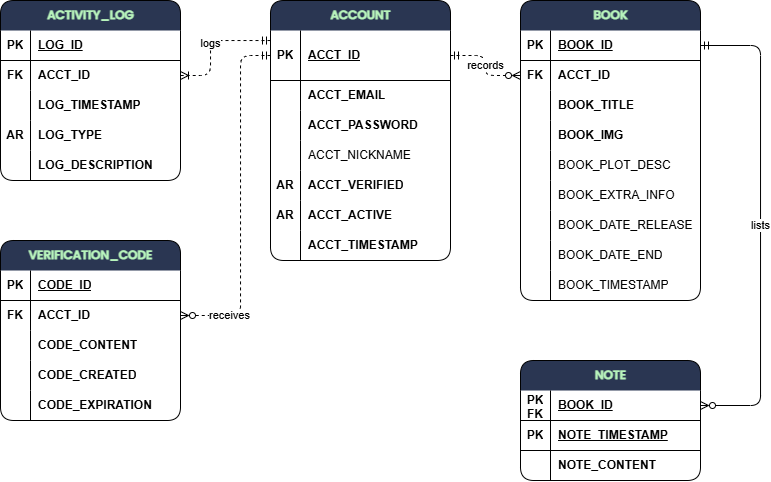
The draw.io diagram documents/ERD/NoteStrip ERD.png in teruteruOuO/NoteStrip, before a commit. Source tidied: cells renumbered, new cells last; positions are measured from the earlier drawing's top-left corner, leaving out a move shared by most shapes.
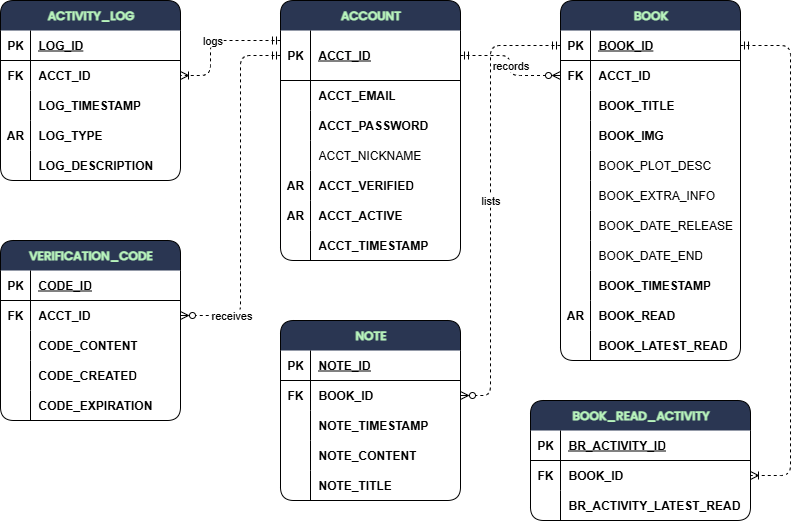
The same diagram one commit later.

What changed in the source:
```diff
@@ -3,7 +3,7 @@
     <mxCell id="0" />
     <mxCell id="1" parent="0" />
     <mxCell id="2" value="ACCOUNT" style="shape=table;startSize=30;rowLines=0;fontStyle=1;align=center;html=1;fillColor=#2A3652;fontColor=#B8F4BC;labelBackgroundColor=none;labelBorderColor=none;swimlaneFillColor=none;rounded=1;shadow=0;fillStyle=solid;swimlaneLine=0;fontFamily=Poppins;fontSource=https%3A%2F%2Ffonts.googleapis.com%2Fcss%3Ffamily%3DPoppins;" parent="1" vertex="1">
-      <mxGeometry x="270" width="180" height="260" as="geometry" />
+      <mxGeometry x="280" width="180" height="260" as="geometry" />
     </mxCell>
     <mxCell id="3" style="shape=tableRow;horizontal=0;startSize=0;swimlaneHead=0;swimlaneBody=0;fillColor=none;points=[[0,0.5],[1,0.5]];portConstraint=eastwest;top=0;left=0;right=0;bottom=1;swimlaneFillColor=none;" parent="2" vertex="1">
       <mxGeometry y="30" width="180" height="50" as="geometry" />
@@ -165,7 +165,7 @@
       <mxGeometry x="30" width="150" height="30" as="geometry" />
     </mxCell>
     <mxCell id="56" value="BOOK" style="shape=table;startSize=30;rowLines=0;fontStyle=1;align=center;html=1;fillColor=#2A3652;fontColor=#B8F4BC;labelBackgroundColor=none;labelBorderColor=none;swimlaneFillColor=none;rounded=1;shadow=0;fillStyle=solid;swimlaneLine=0;fontFamily=Poppins;fontSource=https%3A%2F%2Ffonts.googleapis.com%2Fcss%3Ffamily%3DPoppins;" parent="1" vertex="1">
-      <mxGeometry x="520" width="180" height="300" as="geometry" />
+      <mxGeometry x="560" width="180" height="360" as="geometry" />
     </mxCell>
     <mxCell id="57" style="shape=tableRow;horizontal=0;startSize=0;swimlaneHead=0;swimlaneBody=0;fillColor=none;points=[[0,0.5],[1,0.5]];portConstraint=eastwest;top=0;left=0;right=0;bottom=1;swimlaneFillColor=none;" parent="56" vertex="1">
       <mxGeometry y="30" width="180" height="30" as="geometry" />
@@ -245,9 +245,27 @@
     <mxCell id="82" style="shape=partialRectangle;fillColor=none;top=0;left=0;bottom=0;right=0;overflow=hidden;whiteSpace=wrap;html=1;swimlaneFillColor=none;" parent="81" vertex="1">
       <mxGeometry width="30" height="30" as="geometry" />
     </mxCell>
-    <mxCell id="83" value="&lt;span&gt;BOOK_TIMESTAMP&lt;/span&gt;" style="shape=partialRectangle;fillColor=none;top=0;left=0;bottom=0;right=0;align=left;spacingLeft=6;overflow=hidden;whiteSpace=wrap;html=1;swimlaneFillColor=none;fontStyle=0;" parent="81" vertex="1">
+    <mxCell id="83" value="&lt;span&gt;&lt;b&gt;BOOK_TIMESTAMP&lt;/b&gt;&lt;/span&gt;" style="shape=partialRectangle;fillColor=none;top=0;left=0;bottom=0;right=0;align=left;spacingLeft=6;overflow=hidden;whiteSpace=wrap;html=1;swimlaneFillColor=none;fontStyle=0;" parent="81" vertex="1">
       <mxGeometry x="30" width="150" height="30" as="geometry" />
     </mxCell>
+    <mxCell id="98" style="shape=tableRow;horizontal=0;startSize=0;swimlaneHead=0;swimlaneBody=0;fillColor=none;top=0;left=0;right=0;bottom=0;swimlaneFillColor=none;" parent="56" vertex="1">
+      <mxGeometry y="300" width="180" height="30" as="geometry" />
+    </mxCell>
+    <mxCell id="99" value="&lt;b&gt;AR&lt;/b&gt;" style="shape=partialRectangle;fillColor=none;top=0;left=0;bottom=0;right=0;overflow=hidden;whiteSpace=wrap;html=1;swimlaneFillColor=none;" parent="98" vertex="1">
+      <mxGeometry width="30" height="30" as="geometry" />
+    </mxCell>
+    <mxCell id="100" value="&lt;b&gt;BOOK_READ&lt;/b&gt;" style="shape=partialRectangle;fillColor=none;top=0;left=0;bottom=0;right=0;align=left;spacingLeft=6;overflow=hidden;whiteSpace=wrap;html=1;swimlaneFillColor=none;fontStyle=0;" parent="98" vertex="1">
+      <mxGeometry x="30" width="150" height="30" as="geometry" />
+    </mxCell>
+    <mxCell id="101" style="shape=tableRow;horizontal=0;startSize=0;swimlaneHead=0;swimlaneBody=0;fillColor=none;top=0;left=0;right=0;bottom=0;swimlaneFillColor=none;" parent="56" vertex="1">
+      <mxGeometry y="330" width="180" height="30" as="geometry" />
+    </mxCell>
+    <mxCell id="102" style="shape=partialRectangle;fillColor=none;top=0;left=0;bottom=0;right=0;overflow=hidden;whiteSpace=wrap;html=1;swimlaneFillColor=none;" parent="101" vertex="1">
+      <mxGeometry width="30" height="30" as="geometry" />
+    </mxCell>
+    <mxCell id="103" value="BOOK_LATEST_READ" style="shape=partialRectangle;fillColor=none;top=0;left=0;bottom=0;right=0;align=left;spacingLeft=6;overflow=hidden;whiteSpace=wrap;html=1;swimlaneFillColor=none;fontStyle=1;" parent="101" vertex="1">
+      <mxGeometry x="30" width="150" height="30" as="geometry" />
+    </mxCell>
     <mxCell id="84" value="logs" style="edgeStyle=orthogonalEdgeStyle;rounded=1;jettySize=auto;html=1;entryX=1;entryY=0.5;entryDx=0;entryDy=0;curved=0;endArrow=ERoneToMany;endFill=0;dashed=1;startArrow=ERmandOne;startFill=0;" parent="1" edge="1" source="3" target="44">
       <mxGeometry relative="1" as="geometry">
         <Array as="points">
@@ -268,42 +286,98 @@
       <mxGeometry relative="1" as="geometry" />
     </mxCell>
     <mxCell id="87" value="NOTE" style="shape=table;startSize=30;rowLines=0;fontStyle=1;align=center;html=1;fillColor=#2A3652;fontColor=#B8F4BC;labelBackgroundColor=none;labelBorderColor=none;swimlaneFillColor=none;rounded=1;shadow=0;fillStyle=solid;swimlaneLine=0;fontFamily=Poppins;fontSource=https%3A%2F%2Ffonts.googleapis.com%2Fcss%3Ffamily%3DPoppins;" parent="1" vertex="1">
-      <mxGeometry x="520" y="360" width="180" height="120" as="geometry" />
+      <mxGeometry x="280" y="320" width="180" height="180" as="geometry" />
     </mxCell>
     <mxCell id="88" style="shape=tableRow;horizontal=0;startSize=0;swimlaneHead=0;swimlaneBody=0;fillColor=none;points=[[0,0.5],[1,0.5]];portConstraint=eastwest;top=0;left=0;right=0;bottom=1;swimlaneFillColor=none;" parent="87" vertex="1">
       <mxGeometry y="30" width="180" height="30" as="geometry" />
     </mxCell>
-    <mxCell id="89" value="PK&lt;div&gt;FK&lt;/div&gt;" style="shape=partialRectangle;fillColor=none;top=0;left=0;bottom=0;right=0;fontStyle=1;overflow=hidden;whiteSpace=wrap;html=1;swimlaneFillColor=none;" parent="88" vertex="1">
+    <mxCell id="89" value="PK" style="shape=partialRectangle;fillColor=none;top=0;left=0;bottom=0;right=0;fontStyle=1;overflow=hidden;whiteSpace=wrap;html=1;swimlaneFillColor=none;" parent="88" vertex="1">
       <mxGeometry width="30" height="30" as="geometry" />
     </mxCell>
-    <mxCell id="90" value="BOOK_ID" style="shape=partialRectangle;fillColor=none;top=0;left=0;bottom=0;right=0;align=left;spacingLeft=6;fontStyle=5;overflow=hidden;whiteSpace=wrap;html=1;swimlaneFillColor=none;" parent="88" vertex="1">
+    <mxCell id="90" value="NOTE_ID" style="shape=partialRectangle;fillColor=none;top=0;left=0;bottom=0;right=0;align=left;spacingLeft=6;fontStyle=5;overflow=hidden;whiteSpace=wrap;html=1;swimlaneFillColor=none;" parent="88" vertex="1">
       <mxGeometry x="30" width="150" height="30" as="geometry" />
     </mxCell>
-    <mxCell id="91" style="shape=tableRow;horizontal=0;startSize=0;swimlaneHead=0;swimlaneBody=0;fillColor=none;top=0;left=0;right=0;bottom=1;swimlaneFillColor=none;" parent="87" vertex="1">
-      <mxGeometry y="60" width="180" height="30" as="geometry" />
-    </mxCell>
-    <mxCell id="92" value="PK" style="shape=partialRectangle;fillColor=none;top=0;left=0;bottom=0;right=0;fontStyle=1;overflow=hidden;whiteSpace=wrap;html=1;swimlaneFillColor=none;" parent="91" vertex="1">
-      <mxGeometry width="30" height="30" as="geometry" />
-    </mxCell>
-    <mxCell id="93" value="NOTE_TIMESTAMP" style="shape=partialRectangle;fillColor=none;top=0;left=0;bottom=0;right=0;align=left;spacingLeft=6;fontStyle=5;overflow=hidden;whiteSpace=wrap;html=1;swimlaneFillColor=none;" parent="91" vertex="1">
-      <mxGeometry x="30" width="150" height="30" as="geometry" />
-    </mxCell>
     <mxCell id="94" style="shape=tableRow;horizontal=0;startSize=0;swimlaneHead=0;swimlaneBody=0;fillColor=none;points=[[0,0.5],[1,0.5]];portConstraint=eastwest;top=0;left=0;right=0;bottom=0;swimlaneFillColor=none;" parent="87" vertex="1">
-      <mxGeometry y="90" width="180" height="30" as="geometry" />
+      <mxGeometry y="60" width="180" height="30" as="geometry" />
     </mxCell>
-    <mxCell id="95" style="shape=partialRectangle;fillColor=none;top=0;left=0;bottom=0;right=0;overflow=hidden;whiteSpace=wrap;html=1;swimlaneFillColor=none;" parent="94" vertex="1">
+    <mxCell id="95" value="&lt;b&gt;FK&lt;/b&gt;" style="shape=partialRectangle;fillColor=none;top=0;left=0;bottom=0;right=0;overflow=hidden;whiteSpace=wrap;html=1;swimlaneFillColor=none;" parent="94" vertex="1">
       <mxGeometry width="30" height="30" as="geometry" />
     </mxCell>
-    <mxCell id="96" value="&lt;b&gt;NOTE_CONTENT&lt;/b&gt;" style="shape=partialRectangle;fillColor=none;top=0;left=0;bottom=0;right=0;align=left;spacingLeft=6;overflow=hidden;whiteSpace=wrap;html=1;swimlaneFillColor=none;" parent="94" vertex="1">
+    <mxCell id="96" value="&lt;b&gt;BOOK_ID&lt;/b&gt;" style="shape=partialRectangle;fillColor=none;top=0;left=0;bottom=0;right=0;align=left;spacingLeft=6;overflow=hidden;whiteSpace=wrap;html=1;swimlaneFillColor=none;" parent="94" vertex="1">
       <mxGeometry x="30" width="150" height="30" as="geometry" />
     </mxCell>
+    <mxCell id="104" style="shape=tableRow;horizontal=0;startSize=0;swimlaneHead=0;swimlaneBody=0;fillColor=none;top=0;left=0;right=0;bottom=0;swimlaneFillColor=none;" parent="87" vertex="1">
+      <mxGeometry y="90" width="180" height="30" as="geometry" />
+    </mxCell>
+    <mxCell id="105" style="shape=partialRectangle;fillColor=none;top=0;left=0;bottom=0;right=0;overflow=hidden;whiteSpace=wrap;html=1;swimlaneFillColor=none;" parent="104" vertex="1">
+      <mxGeometry width="30" height="30" as="geometry" />
+    </mxCell>
+    <mxCell id="93" value="&lt;b&gt;NOTE_TIMESTAMP&lt;/b&gt;" style="shape=partialRectangle;fillColor=none;top=0;left=0;bottom=0;right=0;align=left;spacingLeft=6;overflow=hidden;whiteSpace=wrap;html=1;swimlaneFillColor=none;" parent="104" vertex="1">
+      <mxGeometry x="30" width="150" height="30" as="geometry" />
+    </mxCell>
+    <mxCell id="106" style="shape=tableRow;horizontal=0;startSize=0;swimlaneHead=0;swimlaneBody=0;fillColor=none;top=0;left=0;right=0;bottom=0;swimlaneFillColor=none;" parent="87" vertex="1">
+      <mxGeometry y="120" width="180" height="30" as="geometry" />
+    </mxCell>
+    <mxCell id="107" style="shape=partialRectangle;fillColor=none;top=0;left=0;bottom=0;right=0;overflow=hidden;whiteSpace=wrap;html=1;swimlaneFillColor=none;" parent="106" vertex="1">
+      <mxGeometry width="30" height="30" as="geometry" />
+    </mxCell>
+    <mxCell id="108" value="&lt;b&gt;NOTE_CONTENT&lt;/b&gt;" style="shape=partialRectangle;fillColor=none;top=0;left=0;bottom=0;right=0;align=left;spacingLeft=6;overflow=hidden;whiteSpace=wrap;html=1;swimlaneFillColor=none;" parent="106" vertex="1">
+      <mxGeometry x="30" width="150" height="30" as="geometry" />
+    </mxCell>
+    <mxCell id="109" style="shape=tableRow;horizontal=0;startSize=0;swimlaneHead=0;swimlaneBody=0;fillColor=none;top=0;left=0;right=0;bottom=0;swimlaneFillColor=none;" parent="87" vertex="1">
+      <mxGeometry y="150" width="180" height="30" as="geometry" />
+    </mxCell>
+    <mxCell id="110" style="shape=partialRectangle;fillColor=none;top=0;left=0;bottom=0;right=0;overflow=hidden;whiteSpace=wrap;html=1;swimlaneFillColor=none;" parent="109" vertex="1">
+      <mxGeometry width="30" height="30" as="geometry" />
+    </mxCell>
+    <mxCell id="111" value="&lt;b&gt;NOTE_TITLE&lt;/b&gt;" style="shape=partialRectangle;fillColor=none;top=0;left=0;bottom=0;right=0;align=left;spacingLeft=6;overflow=hidden;whiteSpace=wrap;html=1;swimlaneFillColor=none;" parent="109" vertex="1">
+      <mxGeometry x="30" width="150" height="30" as="geometry" />
+    </mxCell>
-    <mxCell id="97" value="lists" style="edgeStyle=orthogonalEdgeStyle;rounded=1;jettySize=auto;html=1;entryX=1;entryY=0.5;entryDx=0;entryDy=0;exitX=1;exitY=0.5;exitDx=0;exitDy=0;curved=0;endArrow=ERzeroToMany;endFill=0;startArrow=ERmandOne;startFill=0;" parent="1" edge="1" source="57" target="88">
+    <mxCell id="97" value="lists" style="edgeStyle=orthogonalEdgeStyle;rounded=1;jettySize=auto;html=1;entryX=1;entryY=0.5;entryDx=0;entryDy=0;exitX=0;exitY=0.5;exitDx=0;exitDy=0;curved=0;endArrow=ERzeroToMany;endFill=0;startArrow=ERmandOne;startFill=0;dashed=1;" parent="1" edge="1" source="57" target="94">
       <mxGeometry relative="1" as="geometry">
         <Array as="points">
-          <mxPoint x="760" y="45" />
-          <mxPoint x="760" y="405" />
+          <mxPoint x="490" y="45" />
+          <mxPoint x="490" y="395" />
         </Array>
       </mxGeometry>
     </mxCell>
+    <mxCell id="112" value="BOOK_READ_ACTIVITY" style="shape=table;startSize=30;rowLines=0;fontStyle=1;align=center;html=1;fillColor=#2A3652;fontColor=#B8F4BC;labelBackgroundColor=none;labelBorderColor=none;swimlaneFillColor=none;rounded=1;shadow=0;fillStyle=solid;swimlaneLine=0;fontFamily=Poppins;fontSource=https%3A%2F%2Ffonts.googleapis.com%2Fcss%3Ffamily%3DPoppins;" parent="1" vertex="1">
+      <mxGeometry x="530" y="400" width="220" height="120" as="geometry" />
+    </mxCell>
+    <mxCell id="113" style="shape=tableRow;horizontal=0;startSize=0;swimlaneHead=0;swimlaneBody=0;fillColor=none;top=0;left=0;right=0;bottom=1;swimlaneFillColor=none;" parent="112" vertex="1">
+      <mxGeometry y="30" width="220" height="30" as="geometry" />
+    </mxCell>
+    <mxCell id="92" value="PK" style="shape=partialRectangle;fillColor=none;top=0;left=0;bottom=0;right=0;fontStyle=1;overflow=hidden;whiteSpace=wrap;html=1;swimlaneFillColor=none;" parent="113" vertex="1">
+      <mxGeometry width="30" height="30" as="geometry" />
+    </mxCell>
+    <mxCell id="114" value="BR_ACTIVITY_ID" style="shape=partialRectangle;fillColor=none;top=0;left=0;bottom=0;right=0;align=left;spacingLeft=6;fontStyle=5;overflow=hidden;whiteSpace=wrap;html=1;swimlaneFillColor=none;" parent="113" vertex="1">
+      <mxGeometry x="30" width="190" height="30" as="geometry" />
+    </mxCell>
+    <mxCell id="115" style="shape=tableRow;horizontal=0;startSize=0;swimlaneHead=0;swimlaneBody=0;fillColor=none;points=[[0,0.5],[1,0.5]];portConstraint=eastwest;top=0;left=0;right=0;bottom=0;swimlaneFillColor=none;" parent="112" vertex="1">
+      <mxGeometry y="60" width="220" height="30" as="geometry" />
+    </mxCell>
+    <mxCell id="116" value="&lt;b&gt;FK&lt;/b&gt;" style="shape=partialRectangle;fillColor=none;top=0;left=0;bottom=0;right=0;overflow=hidden;whiteSpace=wrap;html=1;swimlaneFillColor=none;" parent="115" vertex="1">
+      <mxGeometry width="30" height="30" as="geometry" />
+    </mxCell>
+    <mxCell id="117" value="&lt;b&gt;BOOK_ID&lt;/b&gt;" style="shape=partialRectangle;fillColor=none;top=0;left=0;bottom=0;right=0;align=left;spacingLeft=6;overflow=hidden;whiteSpace=wrap;html=1;swimlaneFillColor=none;" parent="115" vertex="1">
+      <mxGeometry x="30" width="190" height="30" as="geometry" />
+    </mxCell>
+    <mxCell id="118" style="shape=tableRow;horizontal=0;startSize=0;swimlaneHead=0;swimlaneBody=0;fillColor=none;top=0;left=0;right=0;bottom=0;swimlaneFillColor=none;" parent="112" vertex="1">
+      <mxGeometry y="90" width="220" height="30" as="geometry" />
+    </mxCell>
+    <mxCell id="119" style="shape=partialRectangle;fillColor=none;top=0;left=0;bottom=0;right=0;overflow=hidden;whiteSpace=wrap;html=1;swimlaneFillColor=none;" parent="118" vertex="1">
+      <mxGeometry width="30" height="30" as="geometry" />
+    </mxCell>
+    <mxCell id="120" value="&lt;b&gt;BR_ACTIVITY_LATEST_READ&lt;/b&gt;" style="shape=partialRectangle;fillColor=none;top=0;left=0;bottom=0;right=0;align=left;spacingLeft=6;overflow=hidden;whiteSpace=wrap;html=1;swimlaneFillColor=none;" parent="118" vertex="1">
+      <mxGeometry x="30" width="190" height="30" as="geometry" />
+    </mxCell>
+    <mxCell id="121" style="edgeStyle=orthogonalEdgeStyle;rounded=1;jettySize=auto;html=1;exitX=1;exitY=0.5;exitDx=0;exitDy=0;entryX=1;entryY=0.5;entryDx=0;entryDy=0;endArrow=ERoneToMany;endFill=0;curved=0;startArrow=ERmandOne;startFill=0;dashed=1;" parent="1" edge="1" source="57" target="115">
+      <mxGeometry relative="1" as="geometry">
+        <Array as="points">
+          <mxPoint x="790" y="45" />
+          <mxPoint x="790" y="475" />
+        </Array>
+      </mxGeometry>
+    </mxCell>
   </root>
 </mxGraphModel>
```
